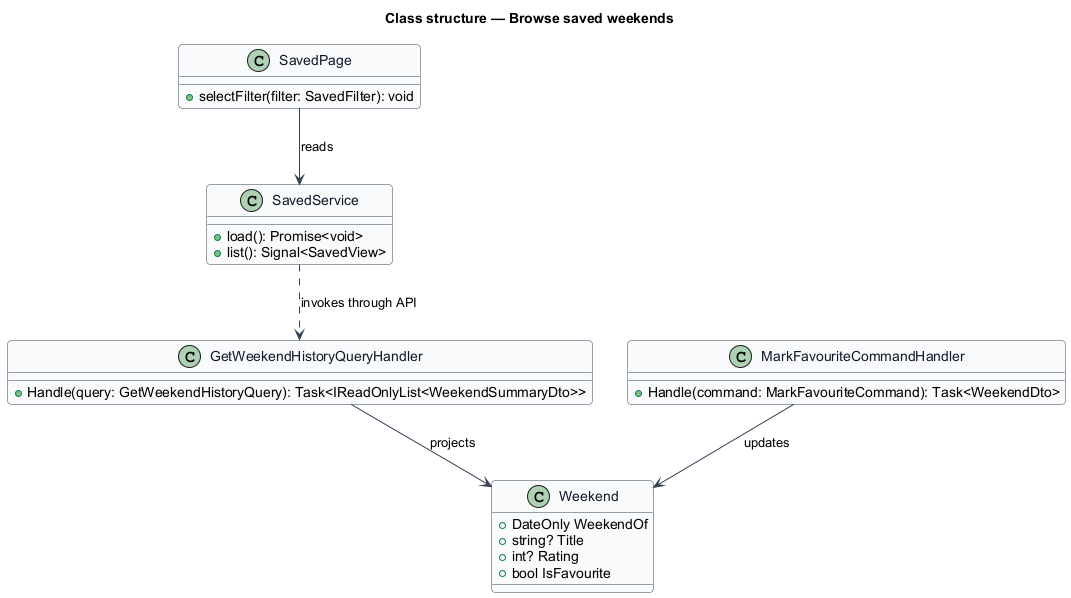
Above: docs/detailed-designs/weekend-planning/browse-saved-weekends/diagrams/class-structure.png in QuinntyneBrown/saturdaze (PlantUML), before the change. Its diagram source:
```plantuml
@startuml
skinparam backgroundColor #FFFFFF
skinparam shadowing false
skinparam roundcorner 8
skinparam defaultFontName Arial
skinparam ArrowColor #344054
skinparam class {
  BorderColor #344054
  FontColor #101828
  BackgroundColor #F9FAFB
}
title Class structure — Browse saved weekends

class SavedPage {
  +selectFilter(filter: SavedFilter): void
}
class SavedService {
  +load(): Promise<void>
  +list(): Signal<SavedView>
}
class GetWeekendHistoryQueryHandler {
  +Handle(query: GetWeekendHistoryQuery): Task<IReadOnlyList<WeekendSummaryDto>>
}
class MarkFavouriteCommandHandler {
  +Handle(command: MarkFavouriteCommand): Task<WeekendDto>
}
class Weekend {
  +DateOnly WeekendOf
  +string? Title
  +int? Rating
  +bool IsFavourite
}
SavedPage --> SavedService : reads
SavedService ..> GetWeekendHistoryQueryHandler : invokes through API
GetWeekendHistoryQueryHandler --> Weekend : projects
MarkFavouriteCommandHandler --> Weekend : updates
@enduml
```
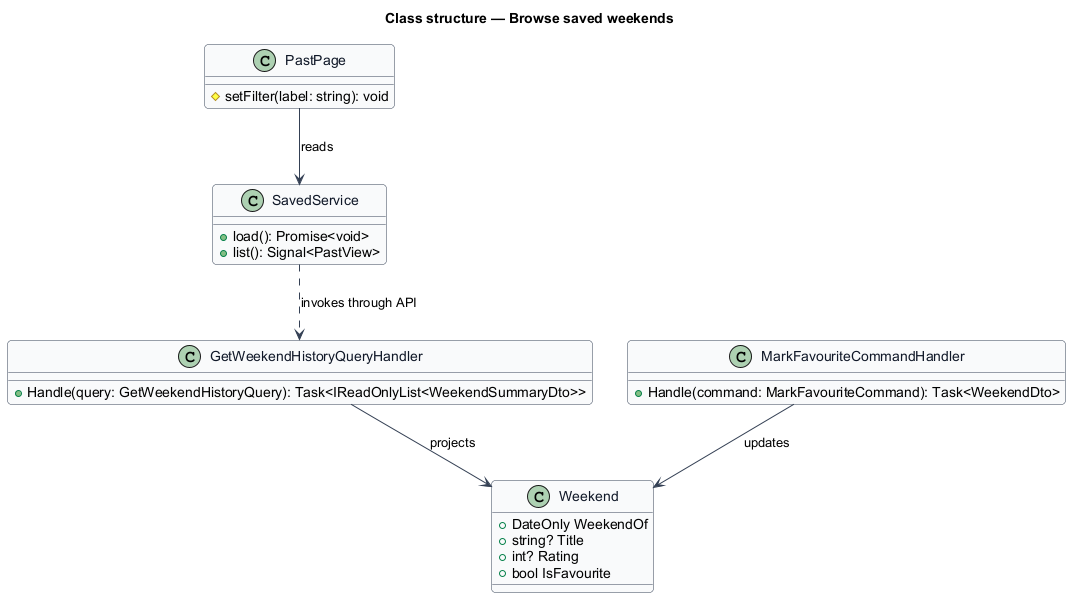
The same file after the commit.

Diff of the diagram source:
```diff
@@ -11,12 +11,12 @@
 }
 title Class structure — Browse saved weekends
 
-class SavedPage {
-  +selectFilter(filter: SavedFilter): void
+class PastPage {
+  #setFilter(label: string): void
 }
 class SavedService {
   +load(): Promise<void>
-  +list(): Signal<SavedView>
+  +list(): Signal<PastView>
 }
 class GetWeekendHistoryQueryHandler {
   +Handle(query: GetWeekendHistoryQuery): Task<IReadOnlyList<WeekendSummaryDto>>
@@ -30,7 +30,7 @@
   +int? Rating
   +bool IsFavourite
 }
-SavedPage --> SavedService : reads
+PastPage --> SavedService : reads
 SavedService ..> GetWeekendHistoryQueryHandler : invokes through API
 GetWeekendHistoryQueryHandler --> Weekend : projects
 MarkFavouriteCommandHandler --> Weekend : updates
```
